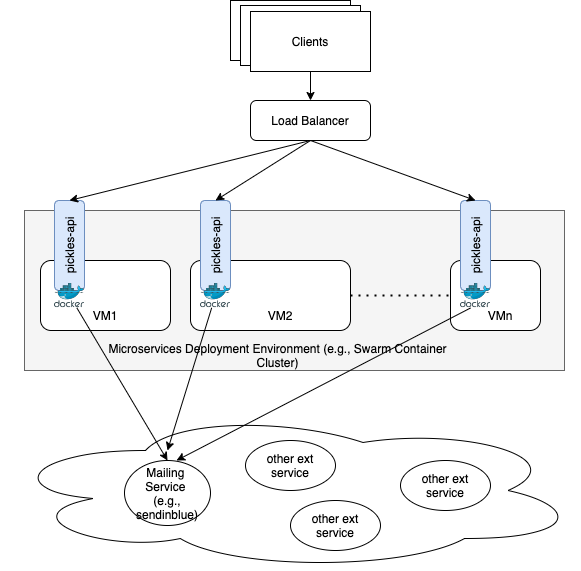
Earlier version of the draw.io export deployment-architecture.png (zeldi/pickles-api). Source tidied: cells renumbered, new cells last; positions are measured from the earlier drawing's top-left corner, leaving out a move shared by most shapes. Its diagram source:
```xml
<mxGraphModel>
  <root>
    <mxCell id="0" />
    <mxCell id="1" parent="0" />
    <mxCell id="2" value="Load Balancer" style="rounded=1;whiteSpace=wrap;html=1;" parent="1" vertex="1">
      <mxGeometry x="250" y="100" width="120" height="40" as="geometry" />
    </mxCell>
    <mxCell id="3" style="rounded=0;whiteSpace=wrap;html=1;fillColor=#f5f5f5;fontColor=#333333;strokeColor=#666666;" parent="1" vertex="1">
      <mxGeometry x="24" y="210" width="540" height="160" as="geometry" />
    </mxCell>
    <mxCell id="4" style="rounded=1;whiteSpace=wrap;html=1;" parent="1" vertex="1">
      <mxGeometry x="40" y="260" width="130" height="70" as="geometry" />
    </mxCell>
    <mxCell id="5" style="rounded=1;whiteSpace=wrap;html=1;" parent="1" vertex="1">
      <mxGeometry x="190" y="260" width="160" height="70" as="geometry" />
    </mxCell>
    <mxCell id="6" style="rounded=1;whiteSpace=wrap;html=1;" parent="1" vertex="1">
      <mxGeometry x="450" y="260" width="90" height="70" as="geometry" />
    </mxCell>
    <mxCell id="7" style="endArrow=none;dashed=1;html=1;dashPattern=1 3;strokeWidth=2;rounded=0;entryX=0;entryY=0.5;entryDx=0;entryDy=0;exitX=1;exitY=0.5;exitDx=0;exitDy=0;" parent="1" edge="1" source="5" target="6">
      <mxGeometry relative="1" as="geometry" />
    </mxCell>
    <mxCell id="8" value="VM1" style="text;html=1;strokeColor=none;fillColor=none;align=center;verticalAlign=middle;whiteSpace=wrap;rounded=0;" parent="1" vertex="1">
      <mxGeometry x="75" y="300" width="60" height="30" as="geometry" />
    </mxCell>
    <mxCell id="9" value="VM2" style="text;html=1;strokeColor=none;fillColor=none;align=center;verticalAlign=middle;whiteSpace=wrap;rounded=0;" parent="1" vertex="1">
      <mxGeometry x="250" y="300" width="60" height="30" as="geometry" />
    </mxCell>
    <mxCell id="10" value="VMn" style="text;html=1;strokeColor=none;fillColor=none;align=center;verticalAlign=middle;whiteSpace=wrap;rounded=0;" parent="1" vertex="1">
      <mxGeometry x="470" y="300" width="60" height="30" as="geometry" />
    </mxCell>
    <mxCell id="11" value="pickles-api" style="rounded=1;whiteSpace=wrap;html=1;rotation=-90;fillColor=#dae8fc;strokeColor=#6c8ebf;" parent="1" vertex="1">
      <mxGeometry x="24" y="230" width="90" height="30" as="geometry" />
    </mxCell>
    <mxCell id="12" value="pickles-api" style="rounded=1;whiteSpace=wrap;html=1;rotation=-90;fillColor=#dae8fc;strokeColor=#6c8ebf;" parent="1" vertex="1">
      <mxGeometry x="170" y="230" width="90" height="30" as="geometry" />
    </mxCell>
    <mxCell id="13" value="pickles-api" style="rounded=1;whiteSpace=wrap;html=1;rotation=-90;fillColor=#dae8fc;strokeColor=#6c8ebf;" parent="1" vertex="1">
      <mxGeometry x="430" y="230" width="90" height="30" as="geometry" />
    </mxCell>
    <mxCell id="14" style="endArrow=classic;html=1;rounded=0;exitX=0.5;exitY=1;exitDx=0;exitDy=0;entryX=1;entryY=0.5;entryDx=0;entryDy=0;" parent="1" edge="1" source="2" target="11">
      <mxGeometry relative="1" as="geometry" />
    </mxCell>
    <mxCell id="15" style="endArrow=classic;html=1;rounded=0;exitX=0.5;exitY=1;exitDx=0;exitDy=0;entryX=1;entryY=0.5;entryDx=0;entryDy=0;" parent="1" edge="1" source="2" target="12">
      <mxGeometry relative="1" as="geometry" />
    </mxCell>
    <mxCell id="16" style="endArrow=classic;html=1;rounded=0;exitX=0.5;exitY=1;exitDx=0;exitDy=0;entryX=1;entryY=0.5;entryDx=0;entryDy=0;" parent="1" edge="1" source="2" target="13">
      <mxGeometry relative="1" as="geometry" />
    </mxCell>
    <mxCell id="17" style="ellipse;shape=cloud;whiteSpace=wrap;html=1;" parent="1" vertex="1">
      <mxGeometry y="410" width="580" height="160" as="geometry" />
    </mxCell>
    <mxCell id="18" value="Microservices Deployment Environment (e.g., Swarm Container Cluster)" style="text;html=1;strokeColor=none;fillColor=none;align=center;verticalAlign=middle;whiteSpace=wrap;rounded=0;" parent="1" vertex="1">
      <mxGeometry x="90" y="340" width="375" height="30" as="geometry" />
    </mxCell>
    <mxCell id="19" style="sketch=0;html=1;points=[];align=center;image;fontSize=12;image=img/lib/mscae/Docker.svg;" parent="1" vertex="1">
      <mxGeometry x="54" y="282.7" width="30" height="24.6" as="geometry" />
    </mxCell>
    <mxCell id="20" style="sketch=0;html=1;points=[];align=center;image;fontSize=12;image=img/lib/mscae/Docker.svg;" parent="1" vertex="1">
      <mxGeometry x="200" y="282.7" width="30" height="24.6" as="geometry" />
    </mxCell>
    <mxCell id="21" style="sketch=0;html=1;align=center;image;fontSize=12;image=img/lib/mscae/Docker.svg;" parent="1" vertex="1">
      <mxGeometry x="460" y="282.7" width="30" height="24.6" as="geometry" />
    </mxCell>
    <mxCell id="22" value="Mailing &lt;br&gt;Service &lt;br&gt;(e.g., sendinblue)" style="ellipse;whiteSpace=wrap;html=1;" parent="1" vertex="1">
      <mxGeometry x="124" y="460" width="86" height="65" as="geometry" />
    </mxCell>
    <mxCell id="23" value="other ext service" style="ellipse;whiteSpace=wrap;html=1;" parent="1" vertex="1">
      <mxGeometry x="245" y="440" width="90" height="50" as="geometry" />
    </mxCell>
    <mxCell id="24" value="other ext service" style="ellipse;whiteSpace=wrap;html=1;" parent="1" vertex="1">
      <mxGeometry x="400" y="460" width="90" height="50" as="geometry" />
    </mxCell>
    <mxCell id="25" value="other ext service" style="ellipse;whiteSpace=wrap;html=1;" parent="1" vertex="1">
      <mxGeometry x="290" y="500" width="90" height="50" as="geometry" />
    </mxCell>
    <mxCell id="26" style="endArrow=classic;html=1;rounded=0;entryX=0.5;entryY=0;entryDx=0;entryDy=0;" parent="1" edge="1" source="19" target="22">
      <mxGeometry relative="1" as="geometry" />
    </mxCell>
    <mxCell id="27" style="endArrow=classic;html=1;rounded=0;" parent="1" edge="1" source="20">
      <mxGeometry relative="1" as="geometry">
        <mxPoint x="167" y="450" as="targetPoint" />
      </mxGeometry>
    </mxCell>
    <mxCell id="28" style="endArrow=classic;html=1;rounded=0;entryX=0.605;entryY=0;entryDx=0;entryDy=0;entryPerimeter=0;exitX=0;exitY=0.25;exitDx=0;exitDy=0;" parent="1" edge="1" source="10" target="22">
      <mxGeometry relative="1" as="geometry" />
    </mxCell>
    <mxCell id="29" value="Clients" style="rounded=0;whiteSpace=wrap;html=1;" parent="1" vertex="1">
      <mxGeometry x="230" width="120" height="60" as="geometry" />
    </mxCell>
    <mxCell id="30" style="rounded=0;whiteSpace=wrap;html=1;" parent="1" vertex="1">
      <mxGeometry x="240" y="5" width="120" height="60" as="geometry" />
    </mxCell>
    <mxCell id="31" value="Clients" style="rounded=0;whiteSpace=wrap;html=1;" parent="1" vertex="1">
      <mxGeometry x="250" y="11" width="120" height="60" as="geometry" />
    </mxCell>
    <mxCell id="32" style="endArrow=classic;html=1;rounded=0;" parent="1" edge="1" target="2">
      <mxGeometry relative="1" as="geometry">
        <mxPoint x="310" y="71" as="sourcePoint" />
      </mxGeometry>
    </mxCell>
  </root>
</mxGraphModel>
```
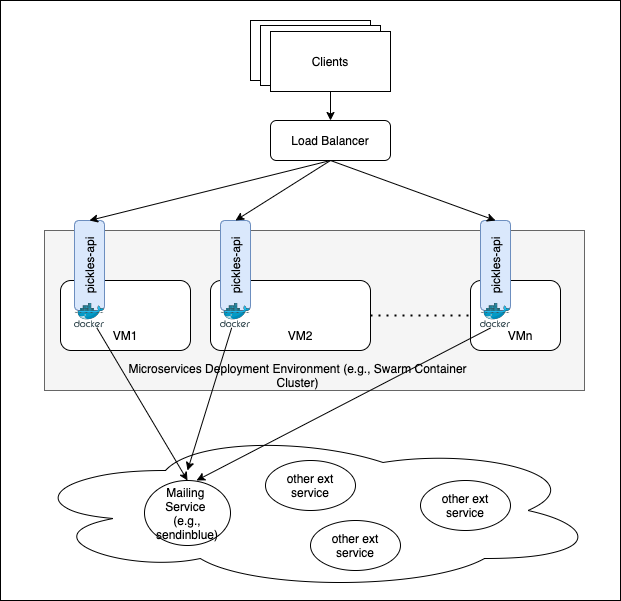
Above is the later version.

What changed in the source:
```diff
@@ -2,6 +2,9 @@
   <root>
     <mxCell id="0" />
     <mxCell id="1" parent="0" />
+    <mxCell id="33" style="rounded=0;whiteSpace=wrap;html=1;" parent="1" vertex="1">
+      <mxGeometry x="-20" y="-20" width="620" height="600" as="geometry" />
+    </mxCell>
     <mxCell id="2" value="Load Balancer" style="rounded=1;whiteSpace=wrap;html=1;" parent="1" vertex="1">
       <mxGeometry x="250" y="100" width="120" height="40" as="geometry" />
     </mxCell>
```
